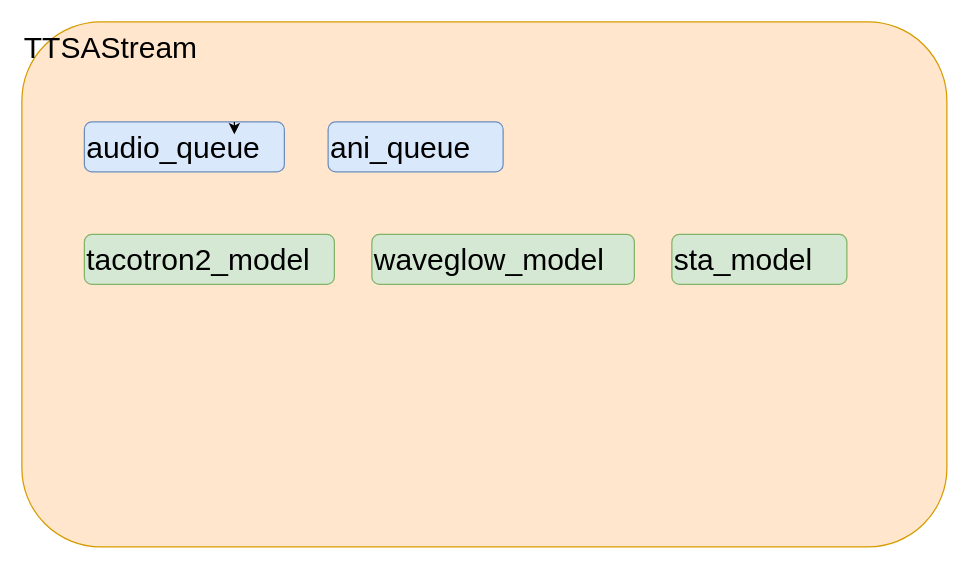
Before: page "TTSA" (4 of 5) of assets/drawio/Untitled Diagram.drawio in atanx/atanx.github.io, a draw.io diagram. Source tidied: cells renumbered, new cells numbered last; positions are measured from the earlier drawing's top-left corner, leaving out a move shared by most shapes. Both pictures are drawn from the tidied source at 125%, with x=0, y=0 at pixel (21, 21).
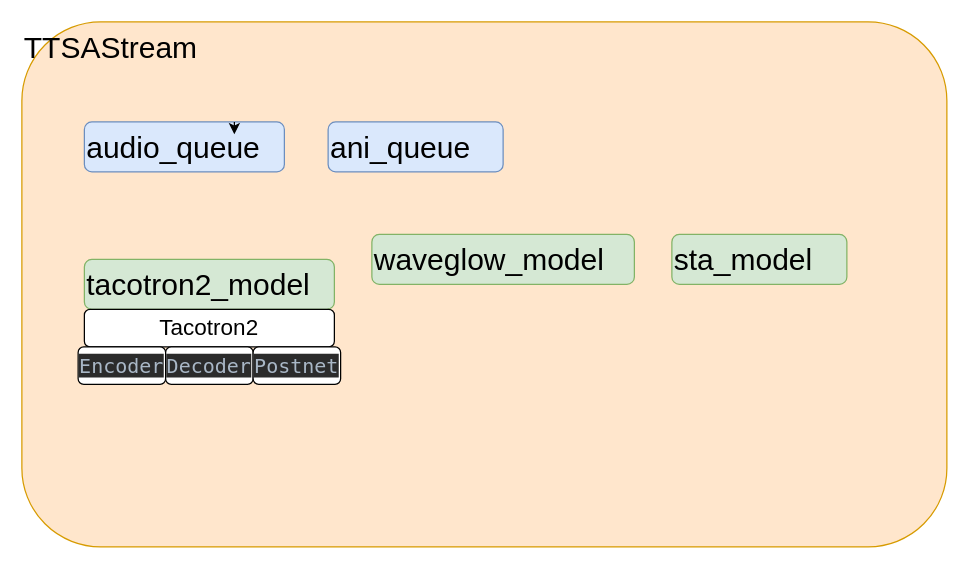
After the change.

The edit, as a diff of the source:
```diff
@@
 <mxGraphModel>
   <root>
     <mxCell id="0" />
     <mxCell id="1" parent="0" />
     <mxCell id="2" value="TTSAStream" style="text;html=1;fontSize=24;fillColor=#ffe6cc;strokeColor=#d79b00;rounded=1;" parent="1" vertex="1">
       <mxGeometry width="740" height="420" as="geometry" />
     </mxCell>
     <mxCell id="3" value="tacotron2_model" style="text;html=1;fontSize=24;fillColor=#d5e8d4;strokeColor=#82b366;rounded=1;" parent="1" vertex="1">
-      <mxGeometry x="50" y="170" width="200" height="40" as="geometry" />
+      <mxGeometry x="50" y="190" width="200" height="40" as="geometry" />
     </mxCell>
     <mxCell id="4" value="waveglow_model" style="text;html=1;fontSize=24;fillColor=#d5e8d4;strokeColor=#82b366;rounded=1;" parent="1" vertex="1">
       <mxGeometry x="280" y="170" width="210" height="40" as="geometry" />
     </mxCell>
     <mxCell id="5" value="sta_model" style="text;html=1;fontSize=24;fillColor=#d5e8d4;strokeColor=#82b366;rounded=1;" parent="1" vertex="1">
       <mxGeometry x="520" y="170" width="140" height="40" as="geometry" />
     </mxCell>
     <mxCell id="6" value="audio_queue" style="text;html=1;fontSize=24;fillColor=#dae8fc;strokeColor=#6c8ebf;rounded=1;" parent="1" vertex="1">
       <mxGeometry x="50" y="80" width="160" height="40" as="geometry" />
     </mxCell>
     <mxCell id="7" value="ani_queue" style="text;html=1;fontSize=24;fillColor=#dae8fc;strokeColor=#6c8ebf;rounded=1;" parent="1" vertex="1">
       <mxGeometry x="245" y="80" width="140" height="40" as="geometry" />
     </mxCell>
     <mxCell id="8" style="edgeStyle=orthogonalEdgeStyle;rounded=0;orthogonalLoop=1;jettySize=auto;html=1;exitX=0.75;exitY=0;exitDx=0;exitDy=0;entryX=0.75;entryY=0.25;entryDx=0;entryDy=0;entryPerimeter=0;fontSize=24;" parent="1" edge="1" source="6" target="6">
       <mxGeometry relative="1" as="geometry" />
     </mxCell>
+    <mxCell id="9" value="Tacotron2" style="rounded=1;whiteSpace=wrap;html=1;fontSize=18;" parent="1" vertex="1">
+      <mxGeometry x="50" y="230" width="200" height="30" as="geometry" />
+    </mxCell>
+    <mxCell id="10" value="&lt;pre style=&quot;background-color: #2b2b2b ; color: #a9b7c6 ; font-family: &amp;#34;dejavu sans mono&amp;#34; ; font-size: 12.0pt&quot;&gt;Encoder&lt;/pre&gt;" style="rounded=1;whiteSpace=wrap;html=1;fontSize=18;" parent="1" vertex="1">
+      <mxGeometry x="45" y="260" width="70" height="30" as="geometry" />
+    </mxCell>
+    <mxCell id="11" value="&lt;pre style=&quot;background-color: #2b2b2b ; color: #a9b7c6 ; font-family: &amp;#34;dejavu sans mono&amp;#34; ; font-size: 12.0pt&quot;&gt;&lt;pre style=&quot;font-family: &amp;#34;dejavu sans mono&amp;#34; ; font-size: 12pt&quot;&gt;Decoder&lt;/pre&gt;&lt;/pre&gt;" style="rounded=1;whiteSpace=wrap;html=1;fontSize=18;" parent="1" vertex="1">
+      <mxGeometry x="115" y="260" width="70" height="30" as="geometry" />
+    </mxCell>
+    <mxCell id="12" value="&lt;pre style=&quot;background-color: #2b2b2b ; color: #a9b7c6 ; font-family: &amp;#34;dejavu sans mono&amp;#34; ; font-size: 12.0pt&quot;&gt;&lt;pre style=&quot;font-family: &amp;#34;dejavu sans mono&amp;#34; ; font-size: 12pt&quot;&gt;&lt;pre style=&quot;font-family: &amp;#34;dejavu sans mono&amp;#34; ; font-size: 12pt&quot;&gt;Postnet&lt;/pre&gt;&lt;/pre&gt;&lt;/pre&gt;" style="rounded=1;whiteSpace=wrap;html=1;fontSize=18;" parent="1" vertex="1">
+      <mxGeometry x="185" y="260" width="70" height="30" as="geometry" />
+    </mxCell>
   </root>
 </mxGraphModel>
```
